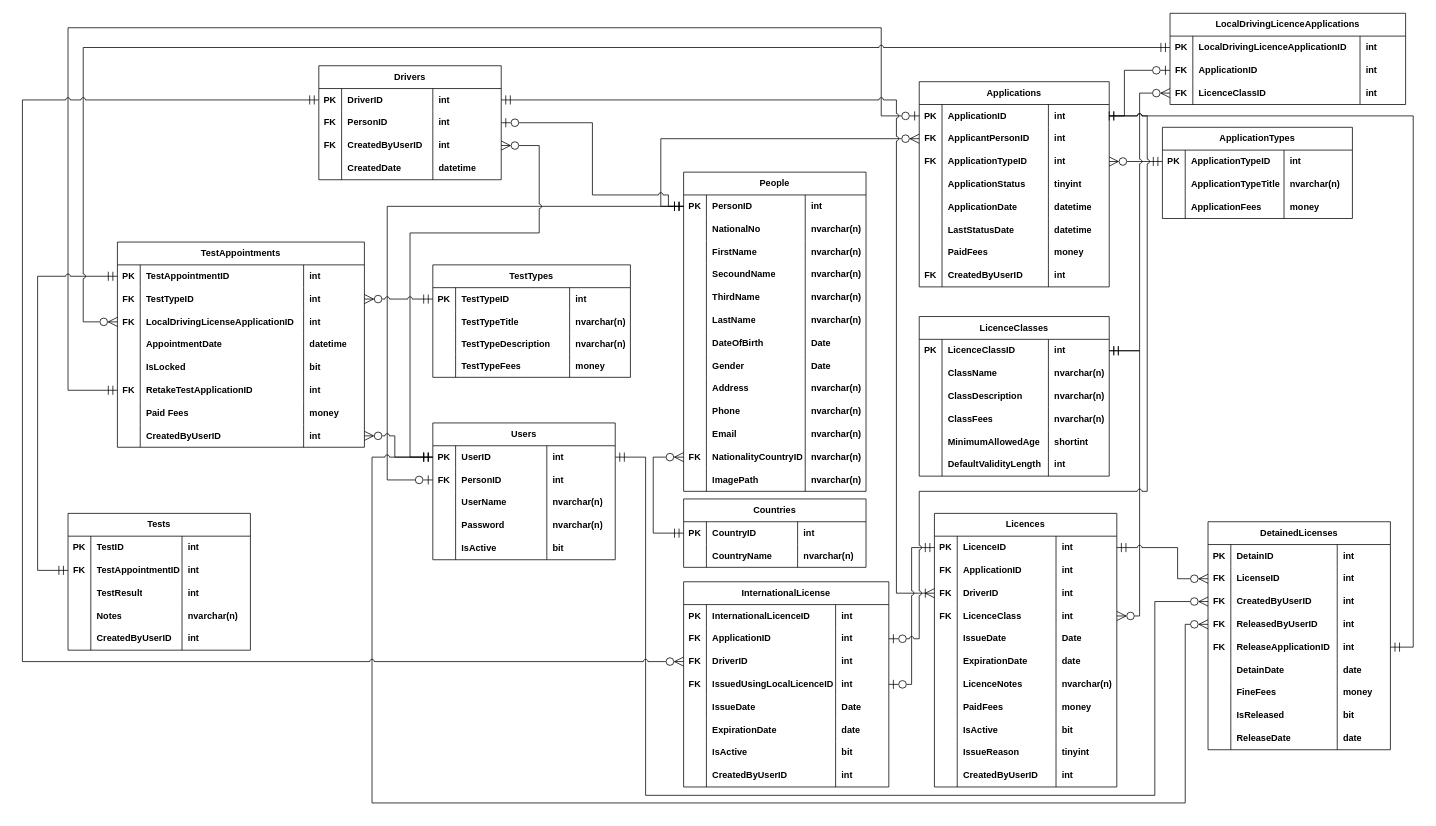
Above: Database-Design/DrivingLicenseManagementDatabase.drawio in AhmedEmadh/Driving-License-Management-Desktop-App (draw.io), before the change. Source tidied: cells renumbered, new cells numbered last; positions are measured from the earlier drawing's top-left corner, leaving out a move shared by most shapes. Both pictures are drawn from the tidied source at 76%, with x=0, y=0 at pixel (22, 13).
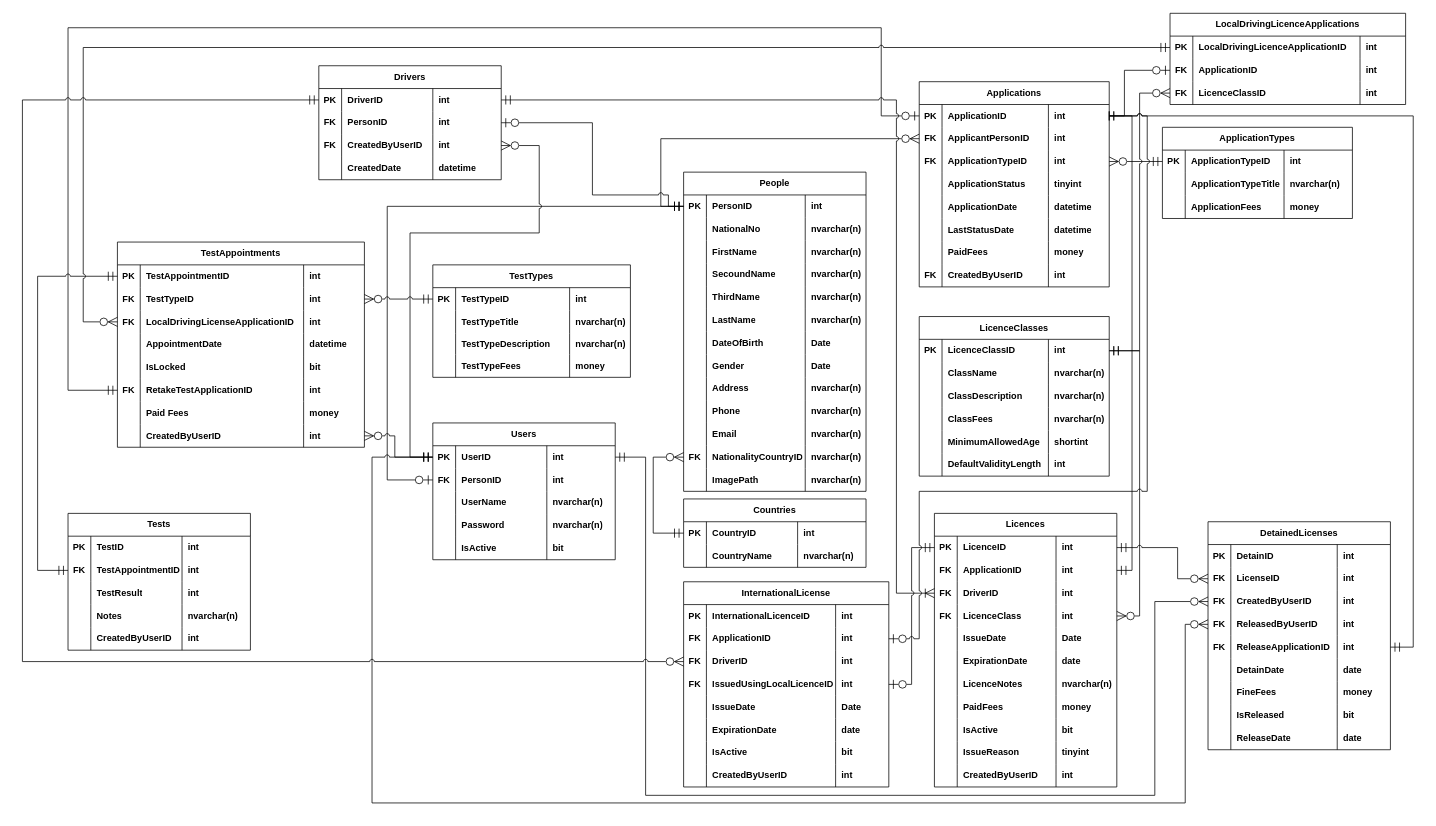
The same diagram, later.

Commit message (it also covers changes not shown here):
Fixed Error in Database Diagram

Unchanged cells that the change refers to:
```xml
<mxCell id="3" style="shape=tableRow;horizontal=0;startSize=0;swimlaneHead=0;swimlaneBody=0;fillColor=none;points=[[0,0.5],[1,0.5]];portConstraint=eastwest;top=0;left=0;right=0;bottom=0;html=1;strokeColor=default;align=center;verticalAlign=middle;fontFamily=Helvetica;fontSize=12;fontColor=default;fontStyle=1;" parent="2" vertex="1">
  <mxGeometry y="30" width="250" height="30" as="geometry" />
</mxCell>
<mxCell id="80" style="shape=tableRow;horizontal=0;startSize=0;swimlaneHead=0;swimlaneBody=0;fillColor=none;points=[[0,0.5],[1,0.5]];portConstraint=eastwest;top=0;left=0;right=0;bottom=0;html=1;strokeColor=default;align=center;verticalAlign=middle;fontFamily=Helvetica;fontSize=12;fontColor=default;fontStyle=1;" parent="75" vertex="1">
  <mxGeometry y="60" width="240" height="30" as="geometry" />
</mxCell>
```

The edit, as a diff of the source:
```diff
@@
+    <mxCell id="394" style="edgeStyle=orthogonalEdgeStyle;rounded=0;jettySize=auto;html=1;exitX=1;exitY=0.5;exitDx=0;exitDy=0;entryX=1;entryY=0.5;entryDx=0;entryDy=0;endArrow=baseDash;endFill=0;startArrow=ERmandOne;startFill=0;startSize=10;endSize=10;" parent="1" edge="1" source="80" target="3">
+      <mxGeometry relative="1" as="geometry" />
+    </mxCell>
```
